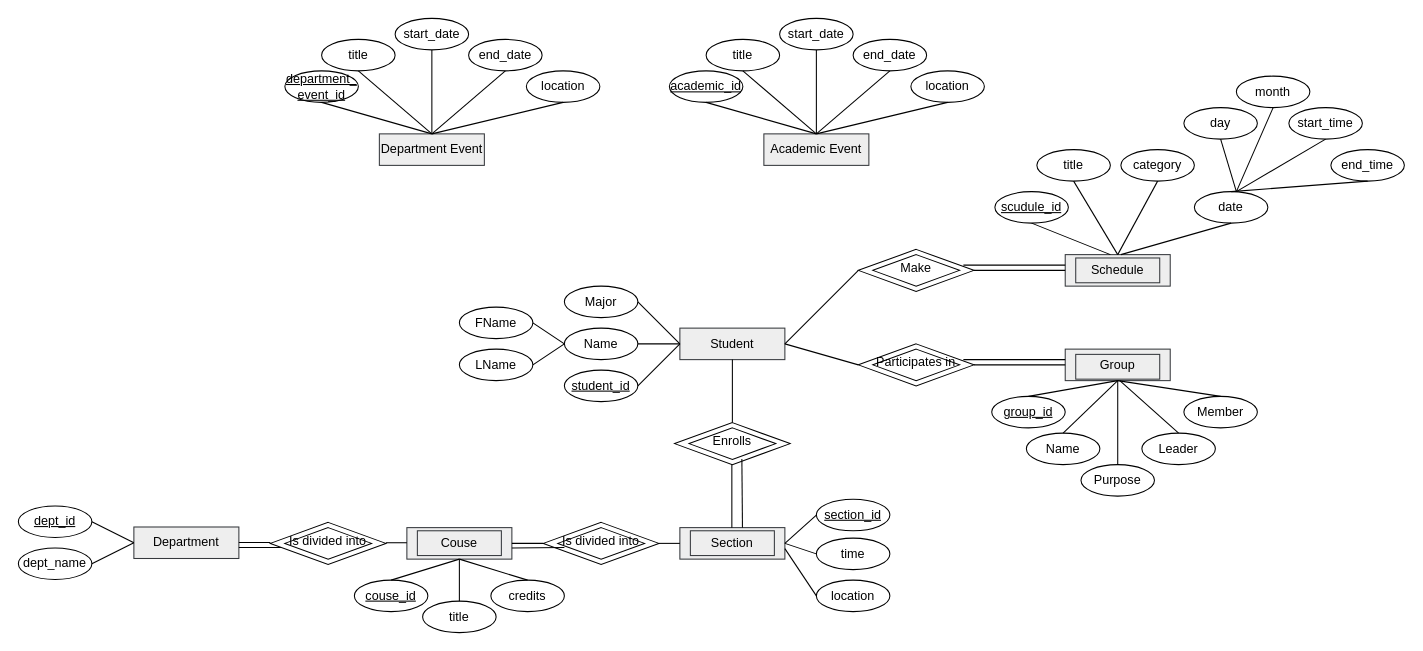
Earlier version of the draw.io diagram phase1.drawio (ale8ander/ale8ander). Source tidied: cells renumbered, new cells numbered last; positions are measured from the earlier drawing's top-left corner, leaving out a move shared by most shapes. Both pictures are drawn from the tidied source at 105%, with x=0, y=0 at pixel (18, 18).
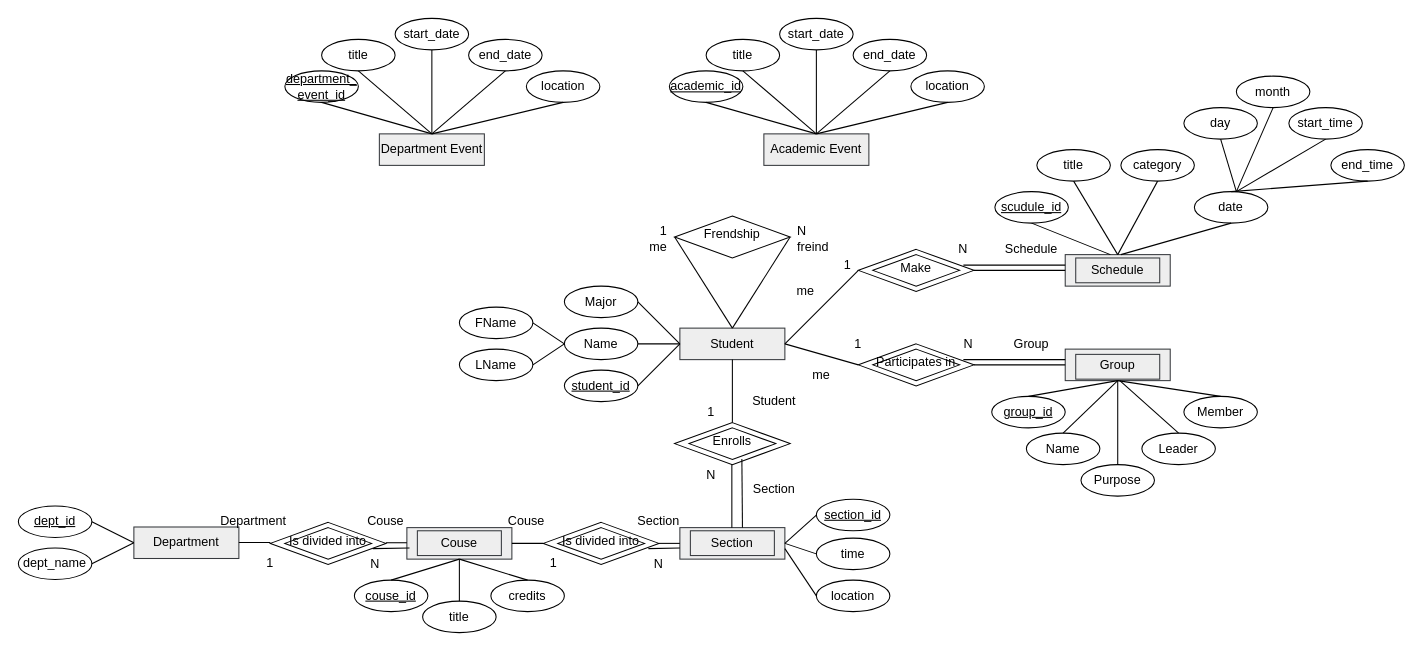
Above is the later version.

Unchanged cells that the change refers to:
```xml
<mxCell id="3" value="Student" style="rounded=0;whiteSpace=wrap;html=1;fillColor=#eeeeee;strokeColor=#36393d;" parent="1" vertex="1">
  <mxGeometry x="630" y="295" width="100" height="30" as="geometry" />
</mxCell>
```

What changed in the source:
```diff
@@
-    <mxCell id="110" style="endArrow=none;html=1;rounded=0;entryX=1;entryY=0.5;entryDx=0;entryDy=0;" parent="1" edge="1">
+    <mxCell id="110" style="endArrow=none;html=1;rounded=0;" parent="1" edge="1">
       <mxGeometry relative="1" as="geometry">
-        <mxPoint x="520" y="504" as="sourcePoint" />
-        <mxPoint x="470" y="504.4" as="targetPoint" />
+        <mxPoint x="630" y="504.4" as="sourcePoint" />
+        <mxPoint x="600" y="505" as="targetPoint" />
       </mxGeometry>
     </mxCell>
-    <mxCell id="111" style="endArrow=none;html=1;rounded=0;entryX=1;entryY=0.5;entryDx=0;entryDy=0;" parent="1" edge="1">
+    <mxCell id="111" style="endArrow=none;html=1;rounded=0;" parent="1" edge="1">
       <mxGeometry relative="1" as="geometry">
-        <mxPoint x="250" y="504" as="sourcePoint" />
-        <mxPoint x="210" y="504" as="targetPoint" />
+        <mxPoint x="372.5" y="504.4" as="sourcePoint" />
+        <mxPoint x="337.5" y="505" as="targetPoint" />
       </mxGeometry>
     </mxCell>
+    <mxCell id="112" value="Frendship" style="rhombus;whiteSpace=wrap;html=1;shadow=0;fontFamily=Helvetica;fontSize=12;align=center;strokeWidth=1;spacing=6;spacingTop=-4;" parent="1" vertex="1">
+      <mxGeometry x="625" y="188.2" width="110" height="40" as="geometry" />
+    </mxCell>
+    <mxCell id="113" style="endArrow=none;html=1;rounded=0;entryX=0;entryY=0.5;entryDx=0;entryDy=0;exitX=0.5;exitY=0;exitDx=0;exitDy=0;" parent="1" edge="1" source="3" target="112">
+      <mxGeometry relative="1" as="geometry" />
+    </mxCell>
+    <mxCell id="114" style="endArrow=none;html=1;rounded=0;entryX=1;entryY=0.5;entryDx=0;entryDy=0;exitX=0.5;exitY=0;exitDx=0;exitDy=0;" parent="1" edge="1" source="3" target="112">
+      <mxGeometry relative="1" as="geometry" />
+    </mxCell>
+    <mxCell id="115" value="&lt;div style=&quot;&quot;&gt;&lt;span style=&quot;background-color: transparent; color: light-dark(rgb(0, 0, 0), rgb(255, 255, 255));&quot;&gt;1&lt;/span&gt;&lt;/div&gt;&lt;div style=&quot;&quot;&gt;me&lt;/div&gt;" style="text;html=1;align=right;verticalAlign=middle;whiteSpace=wrap;rounded=0;" parent="1" vertex="1">
+      <mxGeometry x="560" y="195" width="60" height="30" as="geometry" />
+    </mxCell>
+    <mxCell id="116" value="N&lt;br&gt;freind" style="text;html=1;align=left;verticalAlign=middle;whiteSpace=wrap;rounded=0;" parent="1" vertex="1">
+      <mxGeometry x="740" y="195" width="60" height="30" as="geometry" />
+    </mxCell>
+    <mxCell id="117" value="me" style="text;html=1;align=center;verticalAlign=middle;whiteSpace=wrap;rounded=0;" parent="1" vertex="1">
+      <mxGeometry x="720" y="245" width="60" height="30" as="geometry" />
+    </mxCell>
+    <mxCell id="118" value="me" style="text;html=1;align=center;verticalAlign=middle;whiteSpace=wrap;rounded=0;" parent="1" vertex="1">
+      <mxGeometry x="735" y="325" width="60" height="30" as="geometry" />
+    </mxCell>
+    <mxCell id="119" value="Student" style="text;html=1;align=center;verticalAlign=middle;whiteSpace=wrap;rounded=0;" parent="1" vertex="1">
+      <mxGeometry x="690" y="350" width="60" height="30" as="geometry" />
+    </mxCell>
+    <mxCell id="120" value="Schedule" style="text;html=1;align=center;verticalAlign=middle;whiteSpace=wrap;rounded=0;" parent="1" vertex="1">
+      <mxGeometry x="935" y="205" width="60" height="30" as="geometry" />
+    </mxCell>
+    <mxCell id="121" value="Group" style="text;html=1;align=center;verticalAlign=middle;whiteSpace=wrap;rounded=0;" parent="1" vertex="1">
+      <mxGeometry x="935" y="295" width="60" height="30" as="geometry" />
+    </mxCell>
+    <mxCell id="122" value="Section" style="text;html=1;align=center;verticalAlign=middle;whiteSpace=wrap;rounded=0;" parent="1" vertex="1">
+      <mxGeometry x="690" y="434.4" width="60" height="30" as="geometry" />
+    </mxCell>
+    <mxCell id="123" value="Section" style="text;html=1;align=center;verticalAlign=middle;whiteSpace=wrap;rounded=0;" parent="1" vertex="1">
+      <mxGeometry x="580" y="464.4" width="60" height="30" as="geometry" />
+    </mxCell>
+    <mxCell id="124" value="Couse" style="text;html=1;align=center;verticalAlign=middle;whiteSpace=wrap;rounded=0;" parent="1" vertex="1">
+      <mxGeometry x="453.8" y="464.4" width="60" height="30" as="geometry" />
+    </mxCell>
+    <mxCell id="125" value="Couse" style="text;html=1;align=center;verticalAlign=middle;whiteSpace=wrap;rounded=0;" parent="1" vertex="1">
+      <mxGeometry x="320" y="464.4" width="60" height="30" as="geometry" />
+    </mxCell>
+    <mxCell id="126" value="Department" style="text;html=1;align=center;verticalAlign=middle;whiteSpace=wrap;rounded=0;" parent="1" vertex="1">
+      <mxGeometry x="193.8" y="464.4" width="60" height="30" as="geometry" />
+    </mxCell>
+    <mxCell id="127" value="1" style="text;html=1;align=center;verticalAlign=middle;whiteSpace=wrap;rounded=0;" parent="1" vertex="1">
+      <mxGeometry x="630" y="360" width="60" height="30" as="geometry" />
+    </mxCell>
+    <mxCell id="128" value="N" style="text;html=1;align=center;verticalAlign=middle;whiteSpace=wrap;rounded=0;" parent="1" vertex="1">
+      <mxGeometry x="630" y="420" width="60" height="30" as="geometry" />
+    </mxCell>
+    <mxCell id="129" value="1" style="text;html=1;align=center;verticalAlign=middle;whiteSpace=wrap;rounded=0;" parent="1" vertex="1">
+      <mxGeometry x="210" y="504.4" width="60" height="30" as="geometry" />
+    </mxCell>
+    <mxCell id="130" value="N" style="text;html=1;align=center;verticalAlign=middle;whiteSpace=wrap;rounded=0;" parent="1" vertex="1">
+      <mxGeometry x="310" y="505" width="60" height="30" as="geometry" />
+    </mxCell>
+    <mxCell id="131" value="1" style="text;html=1;align=center;verticalAlign=middle;whiteSpace=wrap;rounded=0;" parent="1" vertex="1">
+      <mxGeometry x="480" y="504.4" width="60" height="30" as="geometry" />
+    </mxCell>
+    <mxCell id="132" value="N" style="text;html=1;align=center;verticalAlign=middle;whiteSpace=wrap;rounded=0;" parent="1" vertex="1">
+      <mxGeometry x="580" y="505" width="60" height="30" as="geometry" />
+    </mxCell>
+    <mxCell id="133" value="1" style="text;html=1;align=center;verticalAlign=middle;whiteSpace=wrap;rounded=0;" parent="1" vertex="1">
+      <mxGeometry x="760" y="220" width="60" height="30" as="geometry" />
+    </mxCell>
+    <mxCell id="134" value="1" style="text;html=1;align=center;verticalAlign=middle;whiteSpace=wrap;rounded=0;" parent="1" vertex="1">
+      <mxGeometry x="770" y="295" width="60" height="30" as="geometry" />
+    </mxCell>
+    <mxCell id="135" value="N" style="text;html=1;align=center;verticalAlign=middle;whiteSpace=wrap;rounded=0;" parent="1" vertex="1">
+      <mxGeometry x="875" y="295" width="60" height="30" as="geometry" />
+    </mxCell>
+    <mxCell id="136" value="N" style="text;html=1;align=center;verticalAlign=middle;whiteSpace=wrap;rounded=0;" parent="1" vertex="1">
+      <mxGeometry x="870" y="205" width="60" height="30" as="geometry" />
+    </mxCell>
```
